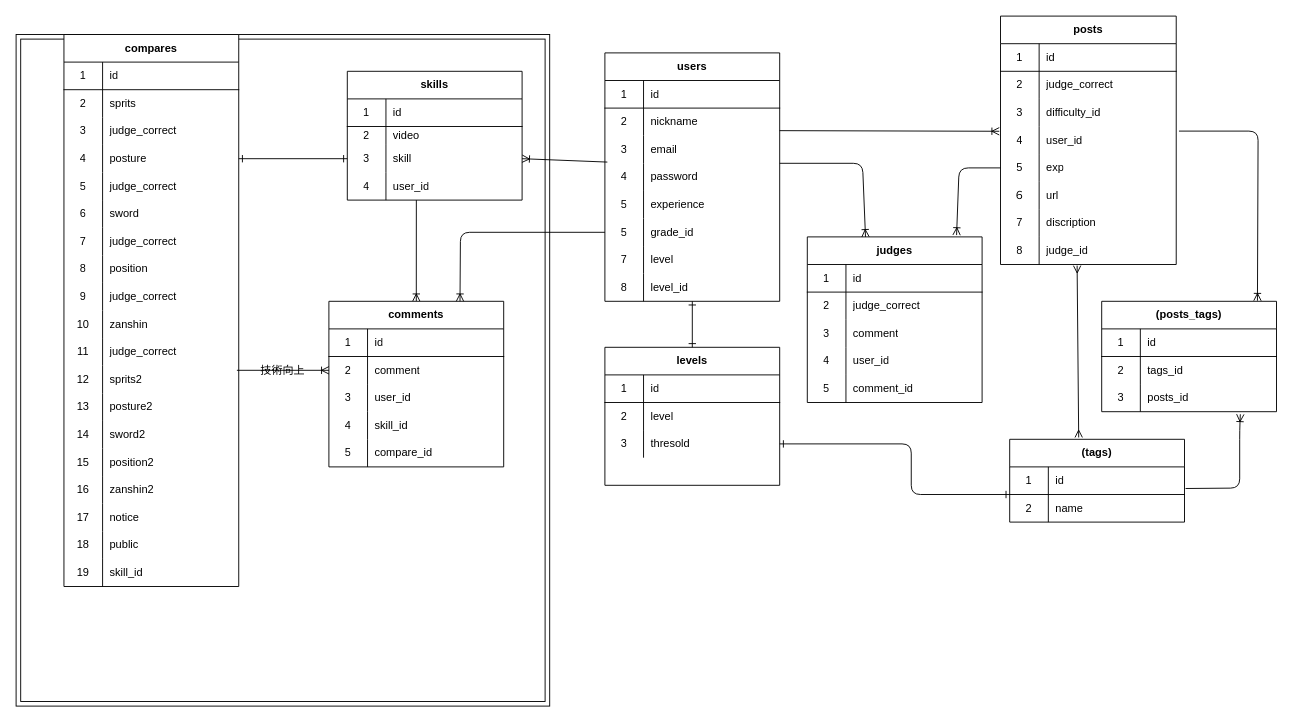
Before: db.dio in magatamaamagata/kendo_ippon, a draw.io diagram. Source tidied: cells renumbered, new cells numbered last; positions are measured from the earlier drawing's top-left corner, leaving out a move shared by most shapes. Both pictures are drawn from the tidied source at 92%, with x=0, y=0 at pixel (16, 16).
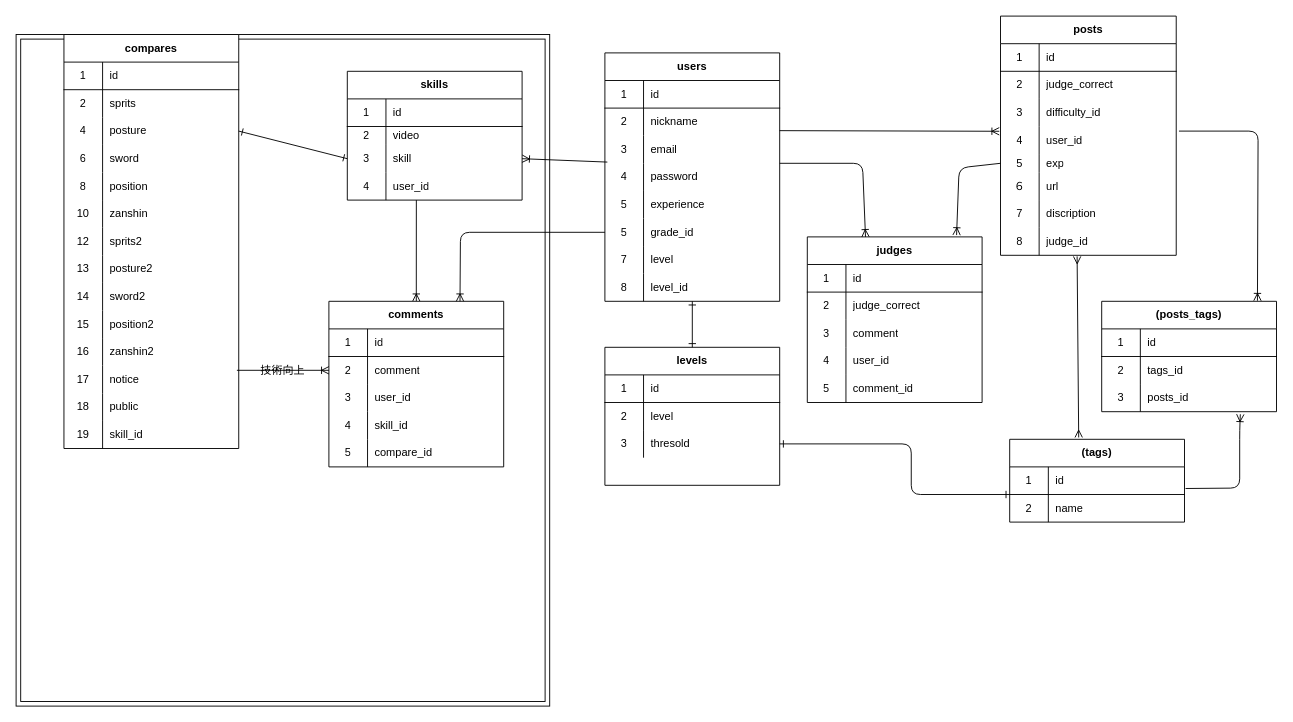
The same diagram, later.

Change to the diagram source:
```diff
@@
     <mxCell id="53" value="posts" style="shape=table;html=1;whiteSpace=wrap;startSize=30;childLayout=tableLayout;rowLines=0;fontStyle=1;align=center;" parent="1" vertex="1">
-      <mxGeometry x="1070" width="191" height="270" as="geometry" />
+      <mxGeometry x="1070" width="191" height="260" as="geometry" />
     </mxCell>
@@
     <mxCell id="66" style="shape=partialRectangle;html=1;whiteSpace=wrap;fillColor=none;top=0;left=0;bottom=0;right=0;points=[[0,0.5],[1,0.5]];portConstraint=eastwest;" parent="53" vertex="1">
-      <mxGeometry y="150" width="191" height="30" as="geometry" />
+      <mxGeometry y="150" width="191" height="20" as="geometry" />
     </mxCell>
     <mxCell id="67" value="5" style="shape=partialRectangle;html=1;whiteSpace=wrap;fillColor=none;top=0;left=0;bottom=0;right=0;overflow=hidden;" parent="66" vertex="1">
-      <mxGeometry width="42" height="30" as="geometry" />
+      <mxGeometry width="42" height="20" as="geometry" />
     </mxCell>
     <mxCell id="68" value="exp" style="shape=partialRectangle;html=1;whiteSpace=wrap;fillColor=none;top=0;left=0;bottom=0;right=0;align=left;spacingLeft=6;overflow=hidden;" parent="66" vertex="1">
-      <mxGeometry x="42" width="149" height="30" as="geometry" />
+      <mxGeometry x="42" width="149" height="20" as="geometry" />
     </mxCell>
     <mxCell id="69" style="shape=partialRectangle;html=1;whiteSpace=wrap;fillColor=none;top=0;left=0;bottom=0;right=0;" parent="53" vertex="1">
-      <mxGeometry y="180" width="191" height="30" as="geometry" />
+      <mxGeometry y="170" width="191" height="30" as="geometry" />
     </mxCell>
@@
     <mxCell id="72" style="shape=partialRectangle;html=1;whiteSpace=wrap;fillColor=none;top=0;left=0;bottom=0;right=0;" parent="53" vertex="1">
-      <mxGeometry y="210" width="191" height="30" as="geometry" />
+      <mxGeometry y="200" width="191" height="30" as="geometry" />
     </mxCell>
@@
     <mxCell id="75" style="shape=partialRectangle;html=1;whiteSpace=wrap;fillColor=none;top=0;left=0;bottom=0;right=0;points=[[0,0.5],[1,0.5]];portConstraint=eastwest;" parent="53" vertex="1">
-      <mxGeometry y="240" width="191" height="30" as="geometry" />
+      <mxGeometry y="230" width="191" height="30" as="geometry" />
     </mxCell>
@@
     <mxCell id="104" value="compares" style="shape=table;html=1;whiteSpace=wrap;startSize=30;childLayout=tableLayout;rowLines=0;fontStyle=1;align=center;" parent="1" vertex="1">
-      <mxGeometry x="52" y="20" width="190" height="600" as="geometry" />
+      <mxGeometry x="52" y="20" width="190" height="450" as="geometry" />
     </mxCell>
@@
-    <mxCell id="111" style="shape=partialRectangle;html=1;whiteSpace=wrap;fillColor=none;top=0;left=0;bottom=0;right=0;" parent="104" vertex="1">
-      <mxGeometry y="90" width="190" height="30" as="geometry" />
-    </mxCell>
-    <mxCell id="112" value="3" style="shape=partialRectangle;html=1;whiteSpace=wrap;fillColor=none;top=0;left=0;bottom=0;right=0;overflow=hidden;" parent="111" vertex="1">
-      <mxGeometry width="42" height="30" as="geometry" />
-    </mxCell>
-    <mxCell id="113" value="judge_correct" style="shape=partialRectangle;html=1;whiteSpace=wrap;fillColor=none;top=0;left=0;bottom=0;right=0;align=left;spacingLeft=6;overflow=hidden;" parent="111" vertex="1">
-      <mxGeometry x="42" width="148" height="30" as="geometry" />
-    </mxCell>
     <mxCell id="114" style="shape=partialRectangle;html=1;whiteSpace=wrap;fillColor=none;top=0;left=0;bottom=0;right=0;points=[[0,0.5],[1,0.5]];portConstraint=eastwest;" parent="104" vertex="1">
-      <mxGeometry y="120" width="190" height="30" as="geometry" />
+      <mxGeometry y="90" width="190" height="30" as="geometry" />
     </mxCell>
@@
-    <mxCell id="117" style="shape=partialRectangle;html=1;whiteSpace=wrap;fillColor=none;top=0;left=0;bottom=0;right=0;" parent="104" vertex="1">
-      <mxGeometry y="150" width="190" height="30" as="geometry" />
-    </mxCell>
-    <mxCell id="118" value="5" style="shape=partialRectangle;html=1;whiteSpace=wrap;fillColor=none;top=0;left=0;bottom=0;right=0;overflow=hidden;" parent="117" vertex="1">
-      <mxGeometry width="42" height="30" as="geometry" />
-    </mxCell>
-    <mxCell id="119" value="judge_correct" style="shape=partialRectangle;html=1;whiteSpace=wrap;fillColor=none;top=0;left=0;bottom=0;right=0;align=left;spacingLeft=6;overflow=hidden;" parent="117" vertex="1">
-      <mxGeometry x="42" width="148" height="30" as="geometry" />
-    </mxCell>
     <mxCell id="120" style="shape=partialRectangle;html=1;whiteSpace=wrap;fillColor=none;top=0;left=0;bottom=0;right=0;" parent="104" vertex="1">
-      <mxGeometry y="180" width="190" height="30" as="geometry" />
+      <mxGeometry y="120" width="190" height="30" as="geometry" />
     </mxCell>
@@
-    <mxCell id="123" style="shape=partialRectangle;html=1;whiteSpace=wrap;fillColor=none;top=0;left=0;bottom=0;right=0;" parent="104" vertex="1">
-      <mxGeometry y="210" width="190" height="30" as="geometry" />
-    </mxCell>
-    <mxCell id="124" value="7" style="shape=partialRectangle;html=1;whiteSpace=wrap;fillColor=none;top=0;left=0;bottom=0;right=0;overflow=hidden;" parent="123" vertex="1">
-      <mxGeometry width="42" height="30" as="geometry" />
-    </mxCell>
-    <mxCell id="125" value="judge_correct" style="shape=partialRectangle;html=1;whiteSpace=wrap;fillColor=none;top=0;left=0;bottom=0;right=0;align=left;spacingLeft=6;overflow=hidden;" parent="123" vertex="1">
-      <mxGeometry x="42" width="148" height="30" as="geometry" />
-    </mxCell>
     <mxCell id="126" style="shape=partialRectangle;html=1;whiteSpace=wrap;fillColor=none;top=0;left=0;bottom=0;right=0;" parent="104" vertex="1">
-      <mxGeometry y="240" width="190" height="30" as="geometry" />
+      <mxGeometry y="150" width="190" height="30" as="geometry" />
     </mxCell>
@@
-    <mxCell id="129" style="shape=partialRectangle;html=1;whiteSpace=wrap;fillColor=none;top=0;left=0;bottom=0;right=0;" parent="104" vertex="1">
-      <mxGeometry y="270" width="190" height="30" as="geometry" />
-    </mxCell>
-    <mxCell id="130" value="9" style="shape=partialRectangle;html=1;whiteSpace=wrap;fillColor=none;top=0;left=0;bottom=0;right=0;overflow=hidden;" parent="129" vertex="1">
-      <mxGeometry width="42" height="30" as="geometry" />
-    </mxCell>
-    <mxCell id="131" value="judge_correct" style="shape=partialRectangle;html=1;whiteSpace=wrap;fillColor=none;top=0;left=0;bottom=0;right=0;align=left;spacingLeft=6;overflow=hidden;" parent="129" vertex="1">
-      <mxGeometry x="42" width="148" height="30" as="geometry" />
-    </mxCell>
     <mxCell id="132" style="shape=partialRectangle;html=1;whiteSpace=wrap;fillColor=none;top=0;left=0;bottom=0;right=0;" parent="104" vertex="1">
-      <mxGeometry y="300" width="190" height="30" as="geometry" />
+      <mxGeometry y="180" width="190" height="30" as="geometry" />
     </mxCell>
@@
-    <mxCell id="135" style="shape=partialRectangle;html=1;whiteSpace=wrap;fillColor=none;top=0;left=0;bottom=0;right=0;" parent="104" vertex="1">
-      <mxGeometry y="330" width="190" height="30" as="geometry" />
-    </mxCell>
-    <mxCell id="136" value="11" style="shape=partialRectangle;html=1;whiteSpace=wrap;fillColor=none;top=0;left=0;bottom=0;right=0;overflow=hidden;" parent="135" vertex="1">
-      <mxGeometry width="42" height="30" as="geometry" />
-    </mxCell>
-    <mxCell id="137" value="judge_correct" style="shape=partialRectangle;html=1;whiteSpace=wrap;fillColor=none;top=0;left=0;bottom=0;right=0;align=left;spacingLeft=6;overflow=hidden;" parent="135" vertex="1">
-      <mxGeometry x="42" width="148" height="30" as="geometry" />
-    </mxCell>
     <mxCell id="138" style="shape=partialRectangle;html=1;whiteSpace=wrap;fillColor=none;top=0;left=0;bottom=0;right=0;" parent="104" vertex="1">
-      <mxGeometry y="360" width="190" height="30" as="geometry" />
+      <mxGeometry y="210" width="190" height="30" as="geometry" />
     </mxCell>
@@
     <mxCell id="141" style="shape=partialRectangle;html=1;whiteSpace=wrap;fillColor=none;top=0;left=0;bottom=0;right=0;" parent="104" vertex="1">
-      <mxGeometry y="390" width="190" height="30" as="geometry" />
+      <mxGeometry y="240" width="190" height="30" as="geometry" />
     </mxCell>
@@
     <mxCell id="144" style="shape=partialRectangle;html=1;whiteSpace=wrap;fillColor=none;top=0;left=0;bottom=0;right=0;" parent="104" vertex="1">
-      <mxGeometry y="420" width="190" height="30" as="geometry" />
+      <mxGeometry y="270" width="190" height="30" as="geometry" />
     </mxCell>
@@
     <mxCell id="147" style="shape=partialRectangle;html=1;whiteSpace=wrap;fillColor=none;top=0;left=0;bottom=0;right=0;" parent="104" vertex="1">
-      <mxGeometry y="450" width="190" height="30" as="geometry" />
+      <mxGeometry y="300" width="190" height="30" as="geometry" />
     </mxCell>
@@
     <mxCell id="150" style="shape=partialRectangle;html=1;whiteSpace=wrap;fillColor=none;top=0;left=0;bottom=0;right=0;" parent="104" vertex="1">
-      <mxGeometry y="480" width="190" height="30" as="geometry" />
+      <mxGeometry y="330" width="190" height="30" as="geometry" />
     </mxCell>
@@
     <mxCell id="153" style="shape=partialRectangle;html=1;whiteSpace=wrap;fillColor=none;top=0;left=0;bottom=0;right=0;" parent="104" vertex="1">
-      <mxGeometry y="510" width="190" height="30" as="geometry" />
+      <mxGeometry y="360" width="190" height="30" as="geometry" />
     </mxCell>
@@
     <mxCell id="156" style="shape=partialRectangle;html=1;whiteSpace=wrap;fillColor=none;top=0;left=0;bottom=0;right=0;" parent="104" vertex="1">
-      <mxGeometry y="540" width="190" height="30" as="geometry" />
+      <mxGeometry y="390" width="190" height="30" as="geometry" />
     </mxCell>
@@
     <mxCell id="159" style="shape=partialRectangle;html=1;whiteSpace=wrap;fillColor=none;top=0;left=0;bottom=0;right=0;" parent="104" vertex="1">
-      <mxGeometry y="570" width="190" height="30" as="geometry" />
+      <mxGeometry y="420" width="190" height="30" as="geometry" />
     </mxCell>
```
